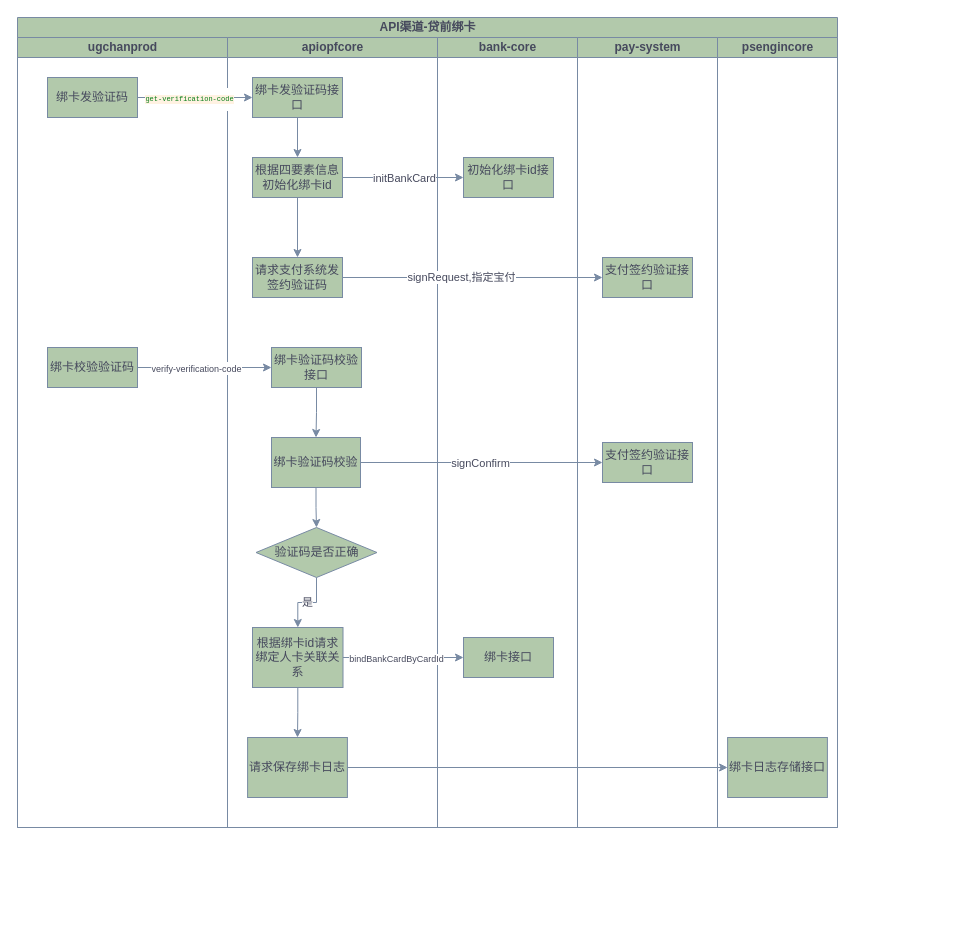
Earlier version of the draw.io diagram api渠道贷前绑卡.drawio (yuanlj-tea/picgo). Source tidied: cells renumbered, new cells numbered last; positions are measured from the earlier drawing's top-left corner, leaving out a move shared by most shapes. Both pictures are drawn from the tidied source at 100%, with x=0, y=0 at pixel (17, 17).
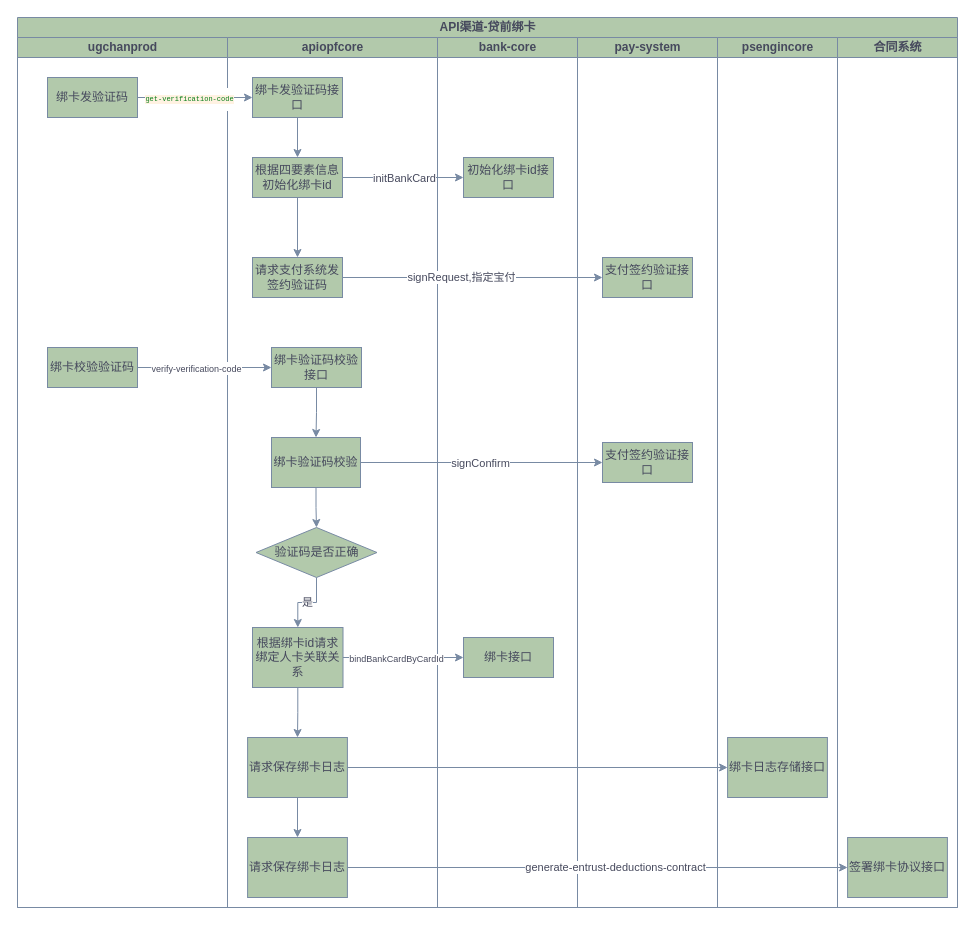
The same page after the edit.

Commit message (it also covers changes not shown here):
更新api渠道贷前绑卡.drawio

The change refers to these unchanged cells:
```xml
<mxCell id="20" value="请求保存绑卡日志" style="whiteSpace=wrap;html=1;fillColor=#B2C9AB;strokeColor=#788AA3;fontColor=#46495D;rounded=0;" parent="6" vertex="1">
  <mxGeometry x="20.1" y="700" width="99.8" height="60" as="geometry" />
</mxCell>
```

Diff of the diagram source:
```diff
@@
     <mxCell id="2" value="API渠道-贷前绑卡" style="swimlane;startSize=20;html=1;labelBackgroundColor=none;fillColor=#B2C9AB;strokeColor=#788AA3;fontColor=#46495D;" parent="1" vertex="1">
-      <mxGeometry width="820" height="810" as="geometry" />
+      <mxGeometry width="940" height="890" as="geometry" />
     </mxCell>
     <mxCell id="3" value="ugchanprod" style="swimlane;startSize=20;html=1;labelBackgroundColor=none;fillColor=#B2C9AB;strokeColor=#788AA3;fontColor=#46495D;" parent="2" vertex="1">
-      <mxGeometry y="20" width="210" height="790" as="geometry" />
+      <mxGeometry y="20" width="210" height="870" as="geometry" />
     </mxCell>
@@
     <mxCell id="6" value="apiopfcore" style="swimlane;startSize=20;html=1;labelBackgroundColor=none;fillColor=#B2C9AB;strokeColor=#788AA3;fontColor=#46495D;" parent="2" vertex="1">
-      <mxGeometry x="210" y="20" width="210" height="790" as="geometry" />
+      <mxGeometry x="210" y="20" width="210" height="870" as="geometry" />
     </mxCell>
@@
+    <mxCell id="42" style="edgeStyle=orthogonalEdgeStyle;rounded=0;jettySize=auto;html=1;entryX=0.5;entryY=0;entryDx=0;entryDy=0;strokeColor=#788AA3;fontColor=#46495D;fillColor=#B2C9AB;" parent="6" edge="1" source="20" target="43">
+      <mxGeometry relative="1" as="geometry" />
+    </mxCell>
@@
+    <mxCell id="43" value="请求保存绑卡日志" style="whiteSpace=wrap;html=1;fillColor=#B2C9AB;strokeColor=#788AA3;fontColor=#46495D;rounded=0;" parent="6" vertex="1">
+      <mxGeometry x="20.1" y="800" width="99.8" height="60" as="geometry" />
+    </mxCell>
     <mxCell id="21" value="bank-core" style="swimlane;startSize=20;html=1;labelBackgroundColor=none;fillColor=#B2C9AB;strokeColor=#788AA3;fontColor=#46495D;" parent="2" vertex="1">
-      <mxGeometry x="420" y="20" width="140" height="790" as="geometry" />
+      <mxGeometry x="420" y="20" width="140" height="870" as="geometry" />
     </mxCell>
@@
     <mxCell id="24" value="pay-system" style="swimlane;startSize=20;html=1;labelBackgroundColor=none;fillColor=#B2C9AB;strokeColor=#788AA3;fontColor=#46495D;" parent="2" vertex="1">
-      <mxGeometry x="560" y="20" width="140" height="790" as="geometry" />
+      <mxGeometry x="560" y="20" width="140" height="870" as="geometry" />
     </mxCell>
@@
     <mxCell id="27" value="psengincore" style="swimlane;startSize=20;html=1;labelBackgroundColor=none;fillColor=#B2C9AB;strokeColor=#788AA3;fontColor=#46495D;" parent="2" vertex="1">
-      <mxGeometry x="700" y="20" width="120" height="790" as="geometry" />
+      <mxGeometry x="700" y="20" width="120" height="870" as="geometry" />
     </mxCell>
@@
+    <mxCell id="44" value="合同系统" style="swimlane;startSize=20;html=1;labelBackgroundColor=none;fillColor=#B2C9AB;strokeColor=#788AA3;fontColor=#46495D;" parent="2" vertex="1">
+      <mxGeometry x="820" y="20" width="120" height="870" as="geometry" />
+    </mxCell>
+    <mxCell id="45" value="签署绑卡协议接口" style="whiteSpace=wrap;html=1;fillColor=#B2C9AB;strokeColor=#788AA3;fontColor=#46495D;rounded=0;" parent="44" vertex="1">
+      <mxGeometry x="10.1" y="800" width="99.8" height="60" as="geometry" />
+    </mxCell>
@@
+    <mxCell id="46" style="edgeStyle=orthogonalEdgeStyle;rounded=0;jettySize=auto;html=1;entryX=0;entryY=0.5;entryDx=0;entryDy=0;strokeColor=#788AA3;fontColor=#46495D;fillColor=#B2C9AB;" parent="2" edge="1" source="43" target="45">
+      <mxGeometry relative="1" as="geometry" />
+    </mxCell>
+    <mxCell id="47" value="generate-entrust-deductions-contract" style="edgeLabel;html=1;align=center;verticalAlign=middle;strokeColor=#788AA3;fontColor=#46495D;fillColor=#B2C9AB;" parent="46" vertex="1">
+      <mxGeometry x="0.07" y="1" relative="1" as="geometry" />
+    </mxCell>
```
